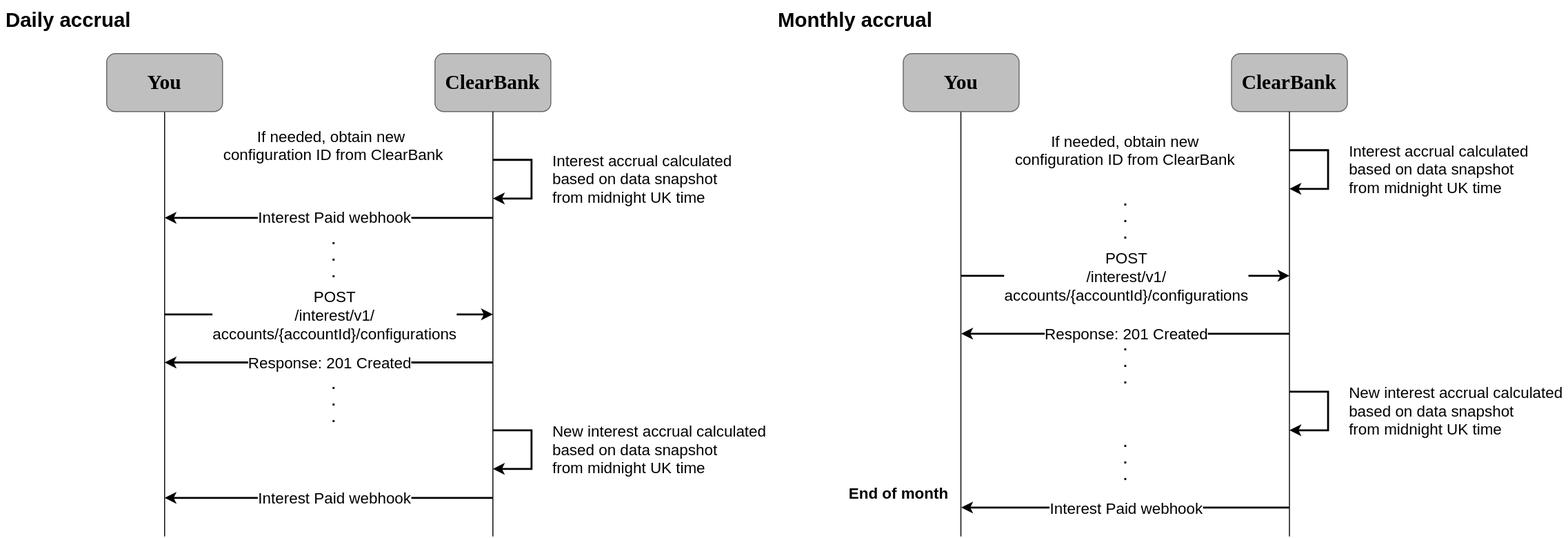
This is static/assets/images/savings-account-interest-config.svg from clearbank/clearbank.github.io, a draw.io export, as it was before one commit. Source tidied: cells renumbered, new cells last; positions are measured from the earlier drawing's top-left corner, leaving out a move shared by most shapes.
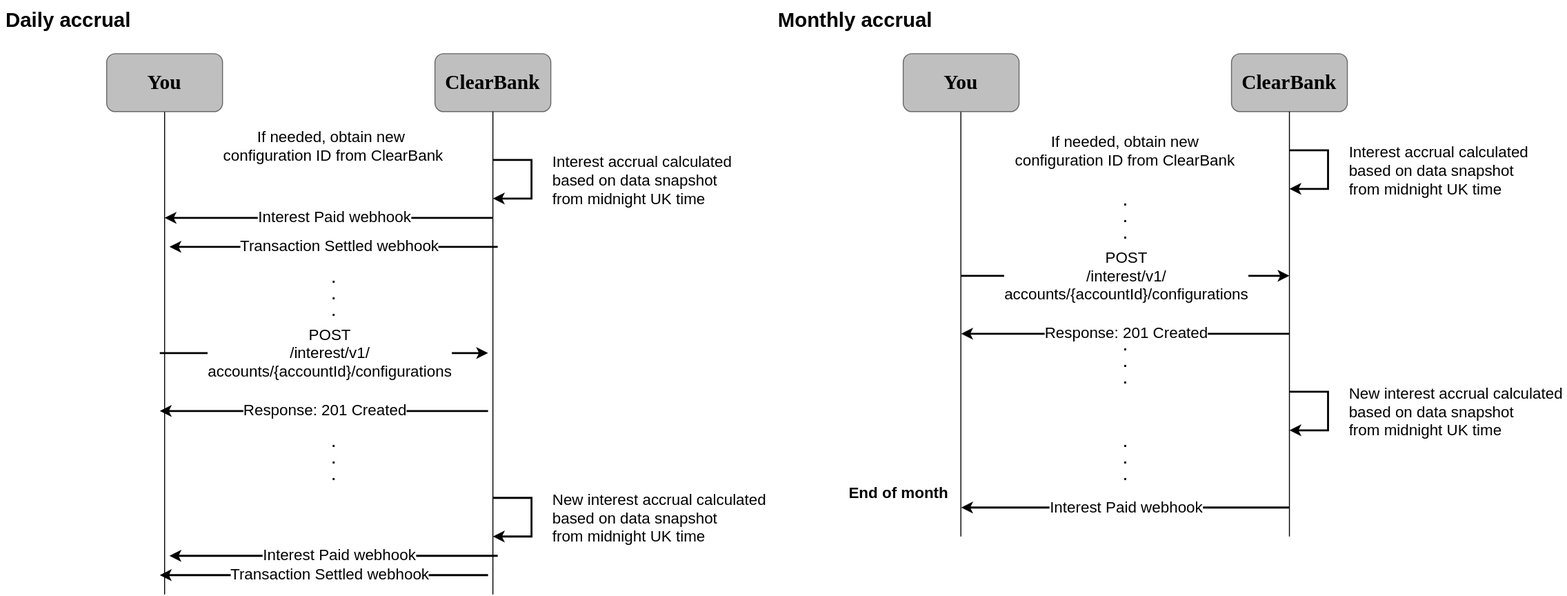
Later version of the same file.

Commit message:
Updated mssg flow

What changed in the source:
```diff
@@ -7,8 +7,8 @@
     </mxCell>
     <mxCell id="3" style="endArrow=classic;html=1;rounded=0;strokeWidth=2;" parent="1" edge="1">
       <mxGeometry relative="1" as="geometry">
-        <mxPoint x="170" y="325" as="sourcePoint" />
-        <mxPoint x="510" y="325" as="targetPoint" />
+        <mxPoint x="165" y="365" as="sourcePoint" />
+        <mxPoint x="505" y="365" as="targetPoint" />
       </mxGeometry>
     </mxCell>
     <mxCell id="4" value="&lt;div style=&quot;font-size: 16px;&quot;&gt;&lt;font style=&quot;font-size: 16px;&quot;&gt;POST&lt;/font&gt;&lt;/div&gt;&lt;div style=&quot;font-size: 16px;&quot;&gt;&lt;font style=&quot;font-size: 16px;&quot;&gt;/interest/v1/&lt;/font&gt;&lt;/div&gt;&lt;div style=&quot;font-size: 16px;&quot;&gt;&lt;font style=&quot;font-size: 16px;&quot;&gt;accounts/{accountId}/configurations&lt;/font&gt;&lt;/div&gt;" style="edgeLabel;html=1;align=center;verticalAlign=middle;fontSize=16;" parent="3" vertex="1">
@@ -19,13 +19,13 @@
     <mxCell id="5" style="edgeStyle=orthogonalEdgeStyle;rounded=0;orthogonalLoop=1;jettySize=auto;html=1;endArrow=none;endFill=0;exitX=0.5;exitY=1;exitDx=0;exitDy=0;" parent="1" edge="1">
       <mxGeometry relative="1" as="geometry">
         <mxPoint x="510" y="115" as="sourcePoint" />
-        <mxPoint x="510" y="555" as="targetPoint" />
+        <mxPoint x="510" y="615" as="targetPoint" />
       </mxGeometry>
     </mxCell>
     <mxCell id="6" style="edgeStyle=orthogonalEdgeStyle;rounded=0;orthogonalLoop=1;jettySize=auto;html=1;endArrow=none;endFill=0;" parent="1" edge="1">
       <mxGeometry relative="1" as="geometry">
         <mxPoint x="170" y="115" as="sourcePoint" />
-        <mxPoint x="170" y="555" as="targetPoint" />
+        <mxPoint x="170" y="615" as="targetPoint" />
       </mxGeometry>
     </mxCell>
     <mxCell id="7" value="You" style="rounded=1;whiteSpace=wrap;html=1;strokeColor=#666666;fillColor=#BFBFBF;gradientColor=none;fontFamily=Clear Sans Display;fontStyle=1;fontSize=21;" parent="1" vertex="1">
@@ -33,8 +33,8 @@
     </mxCell>
     <mxCell id="8" style="endArrow=classic;html=1;rounded=0;strokeWidth=2;" parent="1" edge="1">
       <mxGeometry relative="1" as="geometry">
-        <mxPoint x="510" y="374.8" as="sourcePoint" />
-        <mxPoint x="170" y="374.8" as="targetPoint" />
+        <mxPoint x="505" y="425" as="sourcePoint" />
+        <mxPoint x="165" y="425" as="targetPoint" />
       </mxGeometry>
     </mxCell>
     <mxCell id="9" value="&lt;font style=&quot;font-size: 16px;&quot;&gt;Response: 201 Created&lt;/font&gt;" style="edgeLabel;html=1;align=center;verticalAlign=middle;fontSize=16;" parent="8" vertex="1">
@@ -55,8 +55,8 @@
     </mxCell>
     <mxCell id="12" style="endArrow=classic;html=1;rounded=0;strokeWidth=2;" parent="1" edge="1">
       <mxGeometry relative="1" as="geometry">
-        <mxPoint x="510" y="515" as="sourcePoint" />
-        <mxPoint x="170" y="515" as="targetPoint" />
+        <mxPoint x="515" y="575" as="sourcePoint" />
+        <mxPoint x="175" y="575" as="targetPoint" />
       </mxGeometry>
     </mxCell>
     <mxCell id="13" value="&lt;font style=&quot;font-size: 16px;&quot;&gt;Interest Paid webhook&lt;/font&gt;" style="edgeLabel;html=1;align=center;verticalAlign=middle;fontSize=16;" parent="12" vertex="1">
@@ -69,11 +69,11 @@
     </mxCell>
     <mxCell id="15" style="endArrow=classic;html=1;rounded=0;strokeWidth=2;" parent="1" edge="1">
       <mxGeometry relative="1" as="geometry">
-        <mxPoint x="510" y="445" as="sourcePoint" />
-        <mxPoint x="510" y="485" as="targetPoint" />
+        <mxPoint x="510" y="515" as="sourcePoint" />
+        <mxPoint x="510" y="555" as="targetPoint" />
         <Array as="points">
-          <mxPoint x="550" y="445" />
-          <mxPoint x="550" y="485" />
+          <mxPoint x="550" y="515" />
+          <mxPoint x="550" y="555" />
         </Array>
       </mxGeometry>
     </mxCell>
@@ -98,10 +98,10 @@
       </mxGeometry>
     </mxCell>
     <mxCell id="19" value="&lt;b style=&quot;font-size: 14px;&quot;&gt;&lt;font style=&quot;font-size: 14px;&quot;&gt;.&lt;/font&gt;&lt;/b&gt;&lt;div style=&quot;font-size: 14px;&quot;&gt;&lt;b style=&quot;font-size: 14px;&quot;&gt;&lt;font style=&quot;font-size: 14px;&quot;&gt;.&lt;/font&gt;&lt;/b&gt;&lt;/div&gt;&lt;div style=&quot;font-size: 14px;&quot;&gt;&lt;b style=&quot;font-size: 14px;&quot;&gt;&lt;font style=&quot;font-size: 14px;&quot;&gt;.&lt;/font&gt;&lt;/b&gt;&lt;/div&gt;" style="text;html=1;align=center;verticalAlign=middle;strokeColor=none;fillColor=none;fontSize=14;fontColor=#000000;" parent="1" vertex="1">
-      <mxGeometry x="330" y="385" width="30" height="60" as="geometry" />
+      <mxGeometry x="330" y="445" width="30" height="60" as="geometry" />
     </mxCell>
     <mxCell id="20" value="&lt;b style=&quot;font-size: 14px;&quot;&gt;&lt;font style=&quot;font-size: 14px;&quot;&gt;.&lt;/font&gt;&lt;/b&gt;&lt;div style=&quot;font-size: 14px;&quot;&gt;&lt;b style=&quot;font-size: 14px;&quot;&gt;&lt;font style=&quot;font-size: 14px;&quot;&gt;.&lt;/font&gt;&lt;/b&gt;&lt;/div&gt;&lt;div style=&quot;font-size: 14px;&quot;&gt;&lt;b style=&quot;font-size: 14px;&quot;&gt;&lt;font style=&quot;font-size: 14px;&quot;&gt;.&lt;/font&gt;&lt;/b&gt;&lt;/div&gt;" style="text;html=1;align=center;verticalAlign=middle;strokeColor=none;fillColor=none;fontSize=14;fontColor=#000000;" parent="1" vertex="1">
-      <mxGeometry x="330" y="235" width="30" height="60" as="geometry" />
+      <mxGeometry x="330" y="275" width="30" height="60" as="geometry" />
     </mxCell>
     <mxCell id="21" value="ClearBank" style="rounded=1;whiteSpace=wrap;html=1;strokeColor=#666666;fillColor=#BFBFBF;gradientColor=none;fontFamily=Clear Sans Display;fontStyle=1;fontSize=21;" parent="1" vertex="1">
       <mxGeometry x="1275" y="55" width="120" height="60" as="geometry" />
@@ -205,5 +205,27 @@
     <mxCell id="41" value="&lt;font style=&quot;font-size: 21px;&quot;&gt;Daily accrual&lt;/font&gt;" style="text;html=1;align=center;verticalAlign=middle;strokeColor=none;fillColor=none;fontStyle=1;fontSize=21;" parent="1" vertex="1">
       <mxGeometry width="140" height="40" as="geometry" />
     </mxCell>
+    <mxCell id="42" style="endArrow=classic;html=1;rounded=0;strokeWidth=2;" parent="1" edge="1">
+      <mxGeometry relative="1" as="geometry">
+        <mxPoint x="505" y="595" as="sourcePoint" />
+        <mxPoint x="165" y="595" as="targetPoint" />
+      </mxGeometry>
+    </mxCell>
+    <mxCell id="43" value="Transaction Settled webhook" style="edgeLabel;html=1;align=center;verticalAlign=middle;fontSize=16;" parent="42" vertex="1">
+      <mxGeometry x="0.09" y="-1" relative="1" as="geometry">
+        <mxPoint x="20" as="offset" />
+      </mxGeometry>
+    </mxCell>
+    <mxCell id="44" style="endArrow=classic;html=1;rounded=0;strokeWidth=2;" parent="1" edge="1">
+      <mxGeometry relative="1" as="geometry">
+        <mxPoint x="515" y="255" as="sourcePoint" />
+        <mxPoint x="175" y="255" as="targetPoint" />
+      </mxGeometry>
+    </mxCell>
+    <mxCell id="45" value="Transaction Settled webhook" style="edgeLabel;html=1;align=center;verticalAlign=middle;fontSize=16;" parent="44" vertex="1">
+      <mxGeometry x="0.09" y="-1" relative="1" as="geometry">
+        <mxPoint x="20" as="offset" />
+      </mxGeometry>
+    </mxCell>
   </root>
 </mxGraphModel>
```
